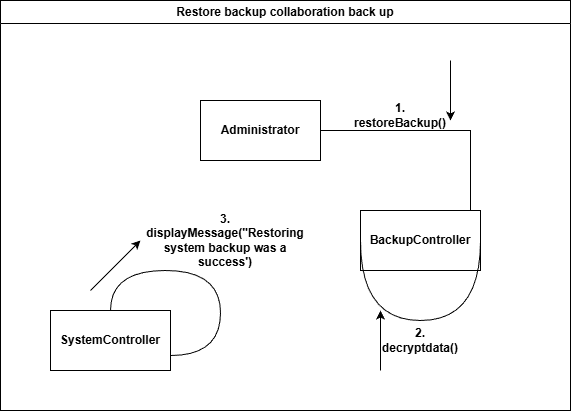
Before: Week 8/restore back up.png, a diagram exported from draw.io (John34263/Hospital-Administration-System). Source tidied: cells renumbered, new cells last; positions are measured from the earlier drawing's top-left corner, leaving out a move shared by most shapes. The source it was exported from:
```xml
<mxGraphModel>
  <root>
    <mxCell id="0" />
    <mxCell id="1" parent="0" />
    <mxCell id="2" value="Restore backup collaboration back up" style="swimlane;whiteSpace=wrap;html=1;swimlaneFillColor=default;" parent="1" vertex="1">
      <mxGeometry width="570" height="410" as="geometry" />
    </mxCell>
    <mxCell id="3" value="&lt;b&gt;SystemController&lt;/b&gt;" style="whiteSpace=wrap;html=1;align=center;newEdgeStyle={&quot;edgeStyle&quot;:&quot;elbowEdgeStyle&quot;,&quot;startArrow&quot;:&quot;none&quot;,&quot;endArrow&quot;:&quot;none&quot;};" parent="2" vertex="1">
      <mxGeometry x="50" y="310" width="120" height="60" as="geometry" />
    </mxCell>
    <mxCell id="4" value="&lt;b&gt;BackupController&lt;/b&gt;" style="whiteSpace=wrap;html=1;align=center;newEdgeStyle={&quot;edgeStyle&quot;:&quot;elbowEdgeStyle&quot;,&quot;startArrow&quot;:&quot;none&quot;,&quot;endArrow&quot;:&quot;none&quot;};" parent="2" vertex="1">
      <mxGeometry x="360" y="210" width="120" height="60" as="geometry" />
    </mxCell>
    <mxCell id="5" style="edgeStyle=orthogonalEdgeStyle;rounded=0;orthogonalLoop=1;jettySize=auto;html=1;startArrow=none;endArrow=none;exitX=1;exitY=0.5;exitDx=0;exitDy=0;entryX=0;entryY=0.5;entryDx=0;entryDy=0;curved=1;" parent="2" edge="1" source="4" target="4">
      <mxGeometry relative="1" as="geometry">
        <Array as="points">
          <mxPoint x="480" y="320" />
          <mxPoint x="360" y="320" />
        </Array>
      </mxGeometry>
    </mxCell>
    <mxCell id="6" style="edgeStyle=orthogonalEdgeStyle;rounded=0;orthogonalLoop=1;jettySize=auto;html=1;startArrow=none;endArrow=none;exitX=0.5;exitY=0;exitDx=0;exitDy=0;entryX=1;entryY=0.75;entryDx=0;entryDy=0;curved=1;" parent="2" edge="1" source="3" target="3">
      <mxGeometry relative="1" as="geometry">
        <Array as="points">
          <mxPoint x="110" y="270" />
          <mxPoint x="220" y="270" />
          <mxPoint x="220" y="355" />
        </Array>
      </mxGeometry>
    </mxCell>
    <mxCell id="7" value="&lt;b&gt;1. restoreBackup()&lt;/b&gt;" style="text;html=1;whiteSpace=wrap;strokeColor=none;fillColor=none;align=center;verticalAlign=middle;rounded=0;" parent="2" vertex="1">
      <mxGeometry x="370" y="100" width="60" height="30" as="geometry" />
    </mxCell>
    <mxCell id="8" value="&lt;b&gt;2. decryptdata()&lt;/b&gt;" style="text;html=1;whiteSpace=wrap;strokeColor=none;fillColor=none;align=center;verticalAlign=middle;rounded=0;" parent="2" vertex="1">
      <mxGeometry x="390" y="325" width="60" height="30" as="geometry" />
    </mxCell>
    <mxCell id="9" style="edgeStyle=orthogonalEdgeStyle;orthogonalLoop=1;jettySize=auto;html=1;rounded=0;" parent="2" edge="1">
      <mxGeometry relative="1" as="geometry">
        <mxPoint x="380" y="370" as="sourcePoint" />
        <mxPoint x="380" y="310" as="targetPoint" />
        <Array as="points">
          <mxPoint x="380" y="350" />
          <mxPoint x="380" y="350" />
        </Array>
      </mxGeometry>
    </mxCell>
    <mxCell id="10" style="edgeStyle=orthogonalEdgeStyle;orthogonalLoop=1;jettySize=auto;html=1;rounded=0;" parent="2" edge="1">
      <mxGeometry relative="1" as="geometry">
        <mxPoint x="450" y="60" as="sourcePoint" />
        <mxPoint x="450" y="120" as="targetPoint" />
        <Array as="points">
          <mxPoint x="450" y="90" />
          <mxPoint x="450" y="90" />
        </Array>
      </mxGeometry>
    </mxCell>
    <mxCell id="11" style="endArrow=classic;html=1;rounded=0;" parent="2" edge="1">
      <mxGeometry relative="1" as="geometry">
        <mxPoint x="90" y="290" as="sourcePoint" />
        <mxPoint x="140" y="240" as="targetPoint" />
      </mxGeometry>
    </mxCell>
    <mxCell id="12" value="&lt;b&gt;3. displayMessage(&quot;Restoring system backup was a success')&lt;/b&gt;" style="text;html=1;whiteSpace=wrap;strokeColor=none;fillColor=none;align=center;verticalAlign=middle;rounded=0;" parent="2" vertex="1">
      <mxGeometry x="195" y="225" width="60" height="30" as="geometry" />
    </mxCell>
    <mxCell id="13" style="edgeStyle=elbowEdgeStyle;rounded=0;jettySize=auto;html=1;startArrow=none;endArrow=none;exitX=1;exitY=0.5;exitDx=0;exitDy=0;entryX=1;entryY=0;entryDx=0;entryDy=0;" parent="1" edge="1" source="14" target="4">
      <mxGeometry relative="1" as="geometry">
        <Array as="points">
          <mxPoint x="470" y="170" />
        </Array>
      </mxGeometry>
    </mxCell>
    <mxCell id="14" value="&lt;b&gt;Administrator&lt;/b&gt;" style="whiteSpace=wrap;html=1;align=center;newEdgeStyle={&quot;edgeStyle&quot;:&quot;elbowEdgeStyle&quot;,&quot;startArrow&quot;:&quot;none&quot;,&quot;endArrow&quot;:&quot;none&quot;};" parent="1" vertex="1">
      <mxGeometry x="200" y="100" width="120" height="60" as="geometry" />
    </mxCell>
  </root>
</mxGraphModel>
```
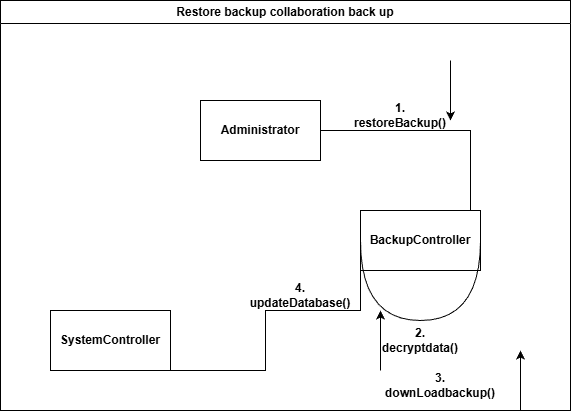
After the change.

Change to the diagram source:
```diff
@@ -8,6 +8,15 @@
     <mxCell id="3" value="&lt;b&gt;SystemController&lt;/b&gt;" style="whiteSpace=wrap;html=1;align=center;newEdgeStyle={&quot;edgeStyle&quot;:&quot;elbowEdgeStyle&quot;,&quot;startArrow&quot;:&quot;none&quot;,&quot;endArrow&quot;:&quot;none&quot;};" parent="2" vertex="1">
       <mxGeometry x="50" y="310" width="120" height="60" as="geometry" />
     </mxCell>
+    <mxCell id="15" style="edgeStyle=orthogonalEdgeStyle;rounded=0;jettySize=auto;html=1;startArrow=none;endArrow=none;exitX=0;exitY=0.75;exitDx=0;exitDy=0;entryX=1;entryY=1;entryDx=0;entryDy=0;" parent="2" edge="1" source="4" target="3">
+      <mxGeometry relative="1" as="geometry">
+        <Array as="points">
+          <mxPoint x="360" y="310" />
+          <mxPoint x="265" y="310" />
+          <mxPoint x="265" y="370" />
+        </Array>
+      </mxGeometry>
+    </mxCell>
     <mxCell id="4" value="&lt;b&gt;BackupController&lt;/b&gt;" style="whiteSpace=wrap;html=1;align=center;newEdgeStyle={&quot;edgeStyle&quot;:&quot;elbowEdgeStyle&quot;,&quot;startArrow&quot;:&quot;none&quot;,&quot;endArrow&quot;:&quot;none&quot;};" parent="2" vertex="1">
       <mxGeometry x="360" y="210" width="120" height="60" as="geometry" />
     </mxCell>
@@ -19,15 +28,6 @@
         </Array>
       </mxGeometry>
     </mxCell>
-    <mxCell id="6" style="edgeStyle=orthogonalEdgeStyle;rounded=0;orthogonalLoop=1;jettySize=auto;html=1;startArrow=none;endArrow=none;exitX=0.5;exitY=0;exitDx=0;exitDy=0;entryX=1;entryY=0.75;entryDx=0;entryDy=0;curved=1;" parent="2" edge="1" source="3" target="3">
-      <mxGeometry relative="1" as="geometry">
-        <Array as="points">
-          <mxPoint x="110" y="270" />
-          <mxPoint x="220" y="270" />
-          <mxPoint x="220" y="355" />
-        </Array>
-      </mxGeometry>
-    </mxCell>
     <mxCell id="7" value="&lt;b&gt;1. restoreBackup()&lt;/b&gt;" style="text;html=1;whiteSpace=wrap;strokeColor=none;fillColor=none;align=center;verticalAlign=middle;rounded=0;" parent="2" vertex="1">
       <mxGeometry x="370" y="100" width="60" height="30" as="geometry" />
     </mxCell>
@@ -54,15 +54,22 @@
         </Array>
       </mxGeometry>
     </mxCell>
-    <mxCell id="11" style="endArrow=classic;html=1;rounded=0;" parent="2" edge="1">
-      <mxGeometry relative="1" as="geometry">
-        <mxPoint x="90" y="290" as="sourcePoint" />
-        <mxPoint x="140" y="240" as="targetPoint" />
-      </mxGeometry>
-    </mxCell>
-    <mxCell id="12" value="&lt;b&gt;3. displayMessage(&quot;Restoring system backup was a success')&lt;/b&gt;" style="text;html=1;whiteSpace=wrap;strokeColor=none;fillColor=none;align=center;verticalAlign=middle;rounded=0;" parent="2" vertex="1">
-      <mxGeometry x="195" y="225" width="60" height="30" as="geometry" />
-    </mxCell>
+    <mxCell id="16" value="&lt;b&gt;3. downLoadbackup()&lt;/b&gt;" style="text;html=1;whiteSpace=wrap;strokeColor=none;fillColor=none;align=center;verticalAlign=middle;rounded=0;" parent="2" vertex="1">
+      <mxGeometry x="410" y="370" width="60" height="30" as="geometry" />
+    </mxCell>
+    <mxCell id="17" style="edgeStyle=orthogonalEdgeStyle;orthogonalLoop=1;jettySize=auto;html=1;rounded=0;" parent="2" edge="1">
+      <mxGeometry relative="1" as="geometry">
+        <mxPoint x="520" y="410" as="sourcePoint" />
+        <mxPoint x="520" y="350" as="targetPoint" />
+        <Array as="points">
+          <mxPoint x="520" y="390" />
+          <mxPoint x="520" y="390" />
+        </Array>
+      </mxGeometry>
+    </mxCell>
+    <mxCell id="18" value="&lt;b&gt;4. updateDatabase()&lt;/b&gt;" style="text;html=1;whiteSpace=wrap;strokeColor=none;fillColor=none;align=center;verticalAlign=middle;rounded=0;" parent="2" vertex="1">
+      <mxGeometry x="270" y="280" width="60" height="30" as="geometry" />
+    </mxCell>
     <mxCell id="13" style="edgeStyle=elbowEdgeStyle;rounded=0;jettySize=auto;html=1;startArrow=none;endArrow=none;exitX=1;exitY=0.5;exitDx=0;exitDy=0;entryX=1;entryY=0;entryDx=0;entryDy=0;" parent="1" edge="1" source="14" target="4">
       <mxGeometry relative="1" as="geometry">
         <Array as="points">
```
